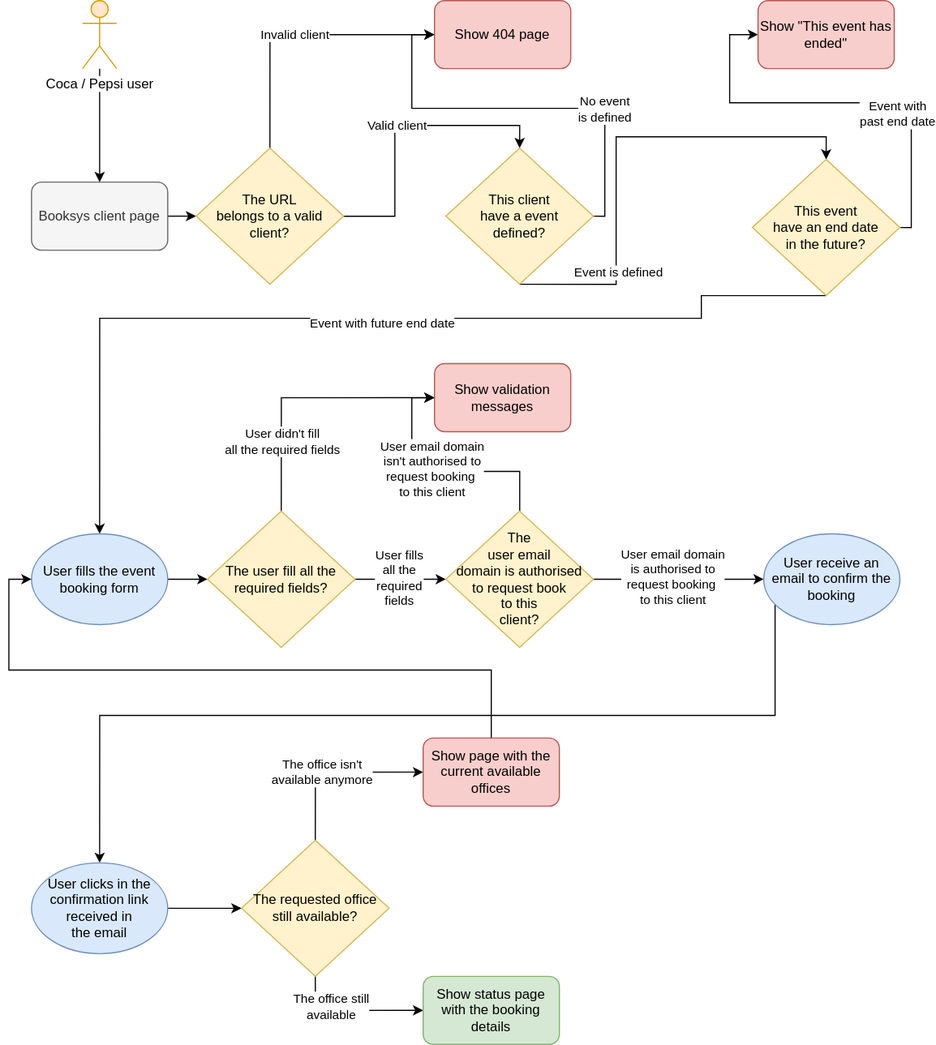
Before: docs/BRDiagram.drawio.svg, a diagram exported from draw.io (rxluz/booksys). Source tidied: cells renumbered, new cells last; positions are measured from the earlier drawing's top-left corner, leaving out a move shared by most shapes. Its diagram source:
```xml
<mxGraphModel>
  <root>
    <mxCell id="0" />
    <mxCell id="1" parent="0" />
    <mxCell id="2" style="edgeStyle=orthogonalEdgeStyle;rounded=0;jettySize=auto;html=1;entryX=0.5;entryY=0;entryDx=0;entryDy=0;" parent="1" edge="1" source="3" target="5">
      <mxGeometry relative="1" as="geometry" />
    </mxCell>
    <mxCell id="3" value="&lt;span style=&quot;background-color: rgb(255 , 255 , 255)&quot;&gt;Coca / Pepsi user&lt;/span&gt;" style="shape=umlActor;verticalLabelPosition=bottom;verticalAlign=top;html=1;outlineConnect=0;fillColor=#ffe6cc;strokeColor=#d79b00;" parent="1" vertex="1">
      <mxGeometry x="65" width="30" height="60" as="geometry" />
    </mxCell>
    <mxCell id="4" style="edgeStyle=orthogonalEdgeStyle;rounded=0;jettySize=auto;html=1;exitX=1;exitY=0.5;exitDx=0;exitDy=0;entryX=0;entryY=0.5;entryDx=0;entryDy=0;" parent="1" edge="1" source="5" target="8">
      <mxGeometry relative="1" as="geometry" />
    </mxCell>
    <mxCell id="5" value="Booksys client page" style="rounded=1;whiteSpace=wrap;html=1;fillColor=#f5f5f5;strokeColor=#666666;fontColor=#333333;" parent="1" vertex="1">
      <mxGeometry x="20" y="160" width="120" height="60" as="geometry" />
    </mxCell>
    <mxCell id="6" value="Invalid client" style="edgeStyle=orthogonalEdgeStyle;rounded=0;jettySize=auto;html=1;exitX=0.5;exitY=0;exitDx=0;exitDy=0;entryX=0;entryY=0.5;entryDx=0;entryDy=0;" parent="1" edge="1" source="8" target="9">
      <mxGeometry relative="1" as="geometry" />
    </mxCell>
    <mxCell id="7" value="Valid client" style="edgeStyle=orthogonalEdgeStyle;rounded=0;jettySize=auto;html=1;entryX=0.5;entryY=0;entryDx=0;entryDy=0;" parent="1" edge="1" source="8" target="14">
      <mxGeometry relative="1" as="geometry" />
    </mxCell>
    <mxCell id="8" value="The URL &lt;br&gt;belongs to a valid client?" style="rhombus;whiteSpace=wrap;html=1;labelBackgroundColor=none;fillColor=#fff2cc;strokeColor=#d6b656;" parent="1" vertex="1">
      <mxGeometry x="165" y="130" width="130" height="120" as="geometry" />
    </mxCell>
    <mxCell id="9" value="Show 404 page" style="rounded=1;whiteSpace=wrap;html=1;fillColor=#f8cecc;strokeColor=#b85450;" parent="1" vertex="1">
      <mxGeometry x="375" width="120" height="60" as="geometry" />
    </mxCell>
    <mxCell id="10" style="edgeStyle=orthogonalEdgeStyle;rounded=0;jettySize=auto;html=1;exitX=1;exitY=0.5;exitDx=0;exitDy=0;entryX=0;entryY=0.5;entryDx=0;entryDy=0;" parent="1" edge="1" source="14" target="9">
      <mxGeometry relative="1" as="geometry">
        <Array as="points">
          <mxPoint x="525" y="190" />
          <mxPoint x="525" y="95" />
          <mxPoint x="355" y="95" />
          <mxPoint x="355" y="30" />
        </Array>
      </mxGeometry>
    </mxCell>
    <mxCell id="11" value="No event &lt;br&gt;is defined" style="edgeLabel;html=1;align=center;verticalAlign=middle;" parent="10" vertex="1">
      <mxGeometry x="-0.62" y="1" relative="1" as="geometry">
        <mxPoint y="-35" as="offset" />
      </mxGeometry>
    </mxCell>
    <mxCell id="12" style="edgeStyle=orthogonalEdgeStyle;rounded=0;jettySize=auto;html=1;exitX=0.5;exitY=1;exitDx=0;exitDy=0;entryX=0.5;entryY=0;entryDx=0;entryDy=0;" parent="1" edge="1" source="14" target="19">
      <mxGeometry relative="1" as="geometry">
        <Array as="points">
          <mxPoint x="535" y="250" />
          <mxPoint x="535" y="120" />
          <mxPoint x="720" y="120" />
        </Array>
      </mxGeometry>
    </mxCell>
    <mxCell id="13" value="Event is defined" style="edgeLabel;html=1;align=center;verticalAlign=middle;" parent="12" vertex="1">
      <mxGeometry x="-0.55" y="-1" relative="1" as="geometry" />
    </mxCell>
    <mxCell id="14" value="This client &lt;br&gt;have a event &lt;br&gt;defined?" style="rhombus;whiteSpace=wrap;html=1;labelBackgroundColor=none;fillColor=#fff2cc;strokeColor=#d6b656;" parent="1" vertex="1">
      <mxGeometry x="385" y="130" width="130" height="120" as="geometry" />
    </mxCell>
    <mxCell id="15" style="edgeStyle=orthogonalEdgeStyle;rounded=0;jettySize=auto;html=1;exitX=1;exitY=0.5;exitDx=0;exitDy=0;entryX=0;entryY=0.5;entryDx=0;entryDy=0;" parent="1" edge="1" source="19" target="20">
      <mxGeometry relative="1" as="geometry">
        <Array as="points">
          <mxPoint x="795" y="200" />
          <mxPoint x="795" y="90" />
          <mxPoint x="635" y="90" />
          <mxPoint x="635" y="30" />
        </Array>
      </mxGeometry>
    </mxCell>
    <mxCell id="16" value="Event with &lt;br&gt;past end date" style="edgeLabel;html=1;align=center;verticalAlign=middle;" parent="15" vertex="1">
      <mxGeometry x="-0.77" y="2" relative="1" as="geometry">
        <mxPoint x="-11" y="-68" as="offset" />
      </mxGeometry>
    </mxCell>
    <mxCell id="17" style="edgeStyle=orthogonalEdgeStyle;rounded=0;jettySize=auto;html=1;exitX=0.5;exitY=1;exitDx=0;exitDy=0;entryX=0.5;entryY=0;entryDx=0;entryDy=0;" parent="1" edge="1" source="19" target="22">
      <mxGeometry relative="1" as="geometry">
        <Array as="points">
          <mxPoint x="610" y="280" />
          <mxPoint x="80" y="280" />
        </Array>
      </mxGeometry>
    </mxCell>
    <mxCell id="18" value="Event with future end date" style="edgeLabel;html=1;align=center;verticalAlign=middle;" parent="17" vertex="1">
      <mxGeometry x="-0.03" y="4" relative="1" as="geometry" />
    </mxCell>
    <mxCell id="19" value="This event &lt;br&gt;have an end date &lt;br&gt;in the future?" style="rhombus;whiteSpace=wrap;html=1;labelBackgroundColor=none;fillColor=#fff2cc;strokeColor=#d6b656;" parent="1" vertex="1">
      <mxGeometry x="655" y="140" width="130" height="120" as="geometry" />
    </mxCell>
    <mxCell id="20" value="Show &quot;This event has ended&quot;" style="rounded=1;whiteSpace=wrap;html=1;fillColor=#f8cecc;strokeColor=#b85450;" parent="1" vertex="1">
      <mxGeometry x="660" width="120" height="60" as="geometry" />
    </mxCell>
    <mxCell id="21" style="edgeStyle=orthogonalEdgeStyle;rounded=0;jettySize=auto;html=1;entryX=0;entryY=0.5;entryDx=0;entryDy=0;" parent="1" edge="1" source="22" target="27">
      <mxGeometry relative="1" as="geometry" />
    </mxCell>
    <mxCell id="22" value="User fills the event booking form" style="ellipse;whiteSpace=wrap;html=1;labelBackgroundColor=none;fillColor=#dae8fc;strokeColor=#6c8ebf;" parent="1" vertex="1">
      <mxGeometry x="20" y="470" width="120" height="80" as="geometry" />
    </mxCell>
    <mxCell id="23" style="edgeStyle=orthogonalEdgeStyle;rounded=0;jettySize=auto;html=1;exitX=0.5;exitY=0;exitDx=0;exitDy=0;entryX=0;entryY=0.5;entryDx=0;entryDy=0;" parent="1" edge="1" source="27" target="28">
      <mxGeometry relative="1" as="geometry" />
    </mxCell>
    <mxCell id="24" value="User didn't fill &lt;br&gt;all the required fields" style="edgeLabel;html=1;align=center;verticalAlign=middle;" parent="23" vertex="1">
      <mxGeometry x="-0.48" relative="1" as="geometry" />
    </mxCell>
    <mxCell id="25" style="edgeStyle=orthogonalEdgeStyle;rounded=0;jettySize=auto;html=1;entryX=0;entryY=0.5;entryDx=0;entryDy=0;" parent="1" edge="1" source="27" target="33">
      <mxGeometry relative="1" as="geometry" />
    </mxCell>
    <mxCell id="26" value="User fills&lt;br&gt;all the&lt;br&gt;required&lt;br&gt;fields" style="edgeLabel;html=1;align=center;verticalAlign=middle;" parent="25" vertex="1">
      <mxGeometry x="-0.03" y="2" relative="1" as="geometry" />
    </mxCell>
    <mxCell id="27" value="The user fill all the required fields?" style="rhombus;whiteSpace=wrap;html=1;labelBackgroundColor=none;fillColor=#fff2cc;strokeColor=#d6b656;" parent="1" vertex="1">
      <mxGeometry x="175" y="450" width="130" height="120" as="geometry" />
    </mxCell>
    <mxCell id="28" value="Show validation messages" style="rounded=1;whiteSpace=wrap;html=1;fillColor=#f8cecc;strokeColor=#b85450;" parent="1" vertex="1">
      <mxGeometry x="375" y="320" width="120" height="60" as="geometry" />
    </mxCell>
    <mxCell id="29" style="edgeStyle=orthogonalEdgeStyle;rounded=0;jettySize=auto;html=1;entryX=0;entryY=0.5;entryDx=0;entryDy=0;" parent="1" edge="1" source="33" target="28">
      <mxGeometry relative="1" as="geometry" />
    </mxCell>
    <mxCell id="30" value="User email domain&lt;br&gt;isn't authorised to&lt;br&gt;request booking&amp;nbsp;&lt;br&gt;to this client" style="edgeLabel;html=1;align=center;verticalAlign=middle;" parent="29" vertex="1">
      <mxGeometry x="0.05" y="-3" relative="1" as="geometry" />
    </mxCell>
    <mxCell id="31" style="edgeStyle=orthogonalEdgeStyle;rounded=0;jettySize=auto;html=1;exitX=1;exitY=0.5;exitDx=0;exitDy=0;entryX=0;entryY=0.5;entryDx=0;entryDy=0;" parent="1" edge="1" source="33" target="35">
      <mxGeometry relative="1" as="geometry" />
    </mxCell>
    <mxCell id="32" value="User email domain&lt;br&gt;is authorised to&lt;br&gt;request booking&amp;nbsp;&lt;br&gt;to this client" style="edgeLabel;html=1;align=center;verticalAlign=middle;" parent="31" vertex="1">
      <mxGeometry x="-0.15" y="3" relative="1" as="geometry">
        <mxPoint x="6" as="offset" />
      </mxGeometry>
    </mxCell>
    <mxCell id="33" value="The &lt;br&gt;user email &lt;br&gt;domain is authorised &lt;br&gt;to request book &lt;br&gt;to this &lt;br&gt;client?" style="rhombus;whiteSpace=wrap;html=1;labelBackgroundColor=none;fillColor=#fff2cc;strokeColor=#d6b656;" parent="1" vertex="1">
      <mxGeometry x="385" y="450" width="130" height="120" as="geometry" />
    </mxCell>
    <mxCell id="34" style="edgeStyle=orthogonalEdgeStyle;rounded=0;jettySize=auto;html=1;" parent="1" edge="1" source="35" target="37">
      <mxGeometry relative="1" as="geometry">
        <Array as="points">
          <mxPoint x="675" y="630" />
          <mxPoint x="80" y="630" />
        </Array>
      </mxGeometry>
    </mxCell>
    <mxCell id="35" value="User receive an &lt;br&gt;email to confirm the booking" style="ellipse;whiteSpace=wrap;html=1;labelBackgroundColor=none;fillColor=#dae8fc;strokeColor=#6c8ebf;" parent="1" vertex="1">
      <mxGeometry x="665" y="470" width="120" height="80" as="geometry" />
    </mxCell>
    <mxCell id="36" style="edgeStyle=orthogonalEdgeStyle;rounded=0;jettySize=auto;html=1;exitX=1;exitY=0.5;exitDx=0;exitDy=0;entryX=0;entryY=0.5;entryDx=0;entryDy=0;" parent="1" edge="1" source="37" target="42">
      <mxGeometry relative="1" as="geometry" />
    </mxCell>
    <mxCell id="37" value="User clicks in the confirmation link received in &lt;br&gt;the email" style="ellipse;whiteSpace=wrap;html=1;labelBackgroundColor=none;fillColor=#dae8fc;strokeColor=#6c8ebf;" parent="1" vertex="1">
      <mxGeometry x="20" y="760" width="120" height="80" as="geometry" />
    </mxCell>
    <mxCell id="38" style="edgeStyle=orthogonalEdgeStyle;rounded=0;jettySize=auto;html=1;exitX=0.5;exitY=0;exitDx=0;exitDy=0;entryX=0;entryY=0.5;entryDx=0;entryDy=0;" parent="1" edge="1" source="42" target="44">
      <mxGeometry relative="1" as="geometry" />
    </mxCell>
    <mxCell id="39" value="The office isn't&lt;br&gt;available anymore" style="edgeLabel;html=1;align=center;verticalAlign=middle;" parent="38" vertex="1">
      <mxGeometry x="-0.16" y="1" relative="1" as="geometry">
        <mxPoint x="1" as="offset" />
      </mxGeometry>
    </mxCell>
    <mxCell id="40" style="edgeStyle=orthogonalEdgeStyle;rounded=0;jettySize=auto;html=1;exitX=0.5;exitY=1;exitDx=0;exitDy=0;entryX=0;entryY=0.5;entryDx=0;entryDy=0;" parent="1" edge="1" source="42" target="45">
      <mxGeometry relative="1" as="geometry" />
    </mxCell>
    <mxCell id="41" value="The office still&lt;br&gt;available" style="edgeLabel;html=1;align=center;verticalAlign=middle;" parent="40" vertex="1">
      <mxGeometry x="-0.3" y="4" relative="1" as="geometry" />
    </mxCell>
    <mxCell id="42" value="The requested office still available?" style="rhombus;whiteSpace=wrap;html=1;labelBackgroundColor=none;fillColor=#fff2cc;strokeColor=#d6b656;" parent="1" vertex="1">
      <mxGeometry x="205" y="740" width="130" height="120" as="geometry" />
    </mxCell>
    <mxCell id="43" style="edgeStyle=orthogonalEdgeStyle;rounded=0;jettySize=auto;html=1;entryX=0;entryY=0.5;entryDx=0;entryDy=0;" parent="1" edge="1" source="44" target="22">
      <mxGeometry relative="1" as="geometry">
        <Array as="points">
          <mxPoint x="425" y="590" />
          <mxPoint y="590" />
          <mxPoint y="510" />
        </Array>
      </mxGeometry>
    </mxCell>
    <mxCell id="44" value="Show page with the current available offices" style="rounded=1;whiteSpace=wrap;html=1;fillColor=#f8cecc;strokeColor=#b85450;" parent="1" vertex="1">
      <mxGeometry x="365" y="650" width="120" height="60" as="geometry" />
    </mxCell>
    <mxCell id="45" value="Show status page with the booking details" style="rounded=1;whiteSpace=wrap;html=1;fillColor=#d5e8d4;strokeColor=#82b366;" parent="1" vertex="1">
      <mxGeometry x="365" y="860" width="120" height="60" as="geometry" />
    </mxCell>
  </root>
</mxGraphModel>
```
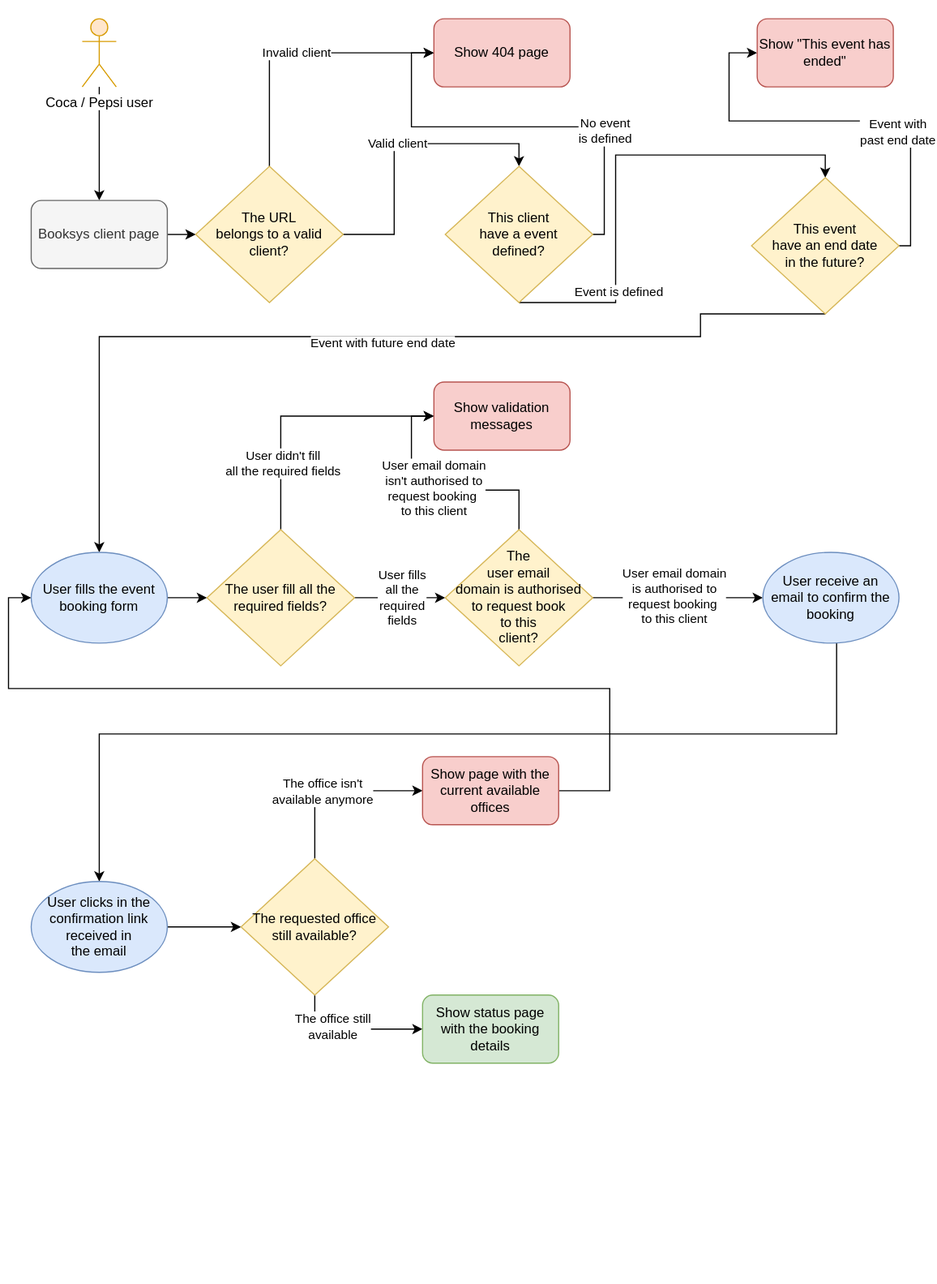
Later version of the same file.

Diff of the diagram source:
```diff
@@ -1,7 +1,10 @@
-<mxGraphModel>
+<mxGraphModel background="#FFFFFF">
   <root>
     <mxCell id="0" />
     <mxCell id="1" parent="0" />
+    <mxCell id="46" style="rounded=0;whiteSpace=wrap;html=1;labelBackgroundColor=none;strokeColor=none;" parent="1" vertex="1">
+      <mxGeometry x="-2" y="-16" width="818" height="1130" as="geometry" />
+    </mxCell>
     <mxCell id="2" style="edgeStyle=orthogonalEdgeStyle;rounded=0;jettySize=auto;html=1;entryX=0.5;entryY=0;entryDx=0;entryDy=0;" parent="1" edge="1" source="3" target="5">
       <mxGeometry relative="1" as="geometry" />
     </mxCell>
@@ -132,7 +135,7 @@
     <mxCell id="34" style="edgeStyle=orthogonalEdgeStyle;rounded=0;jettySize=auto;html=1;" parent="1" edge="1" source="35" target="37">
       <mxGeometry relative="1" as="geometry">
         <Array as="points">
-          <mxPoint x="675" y="630" />
+          <mxPoint x="730" y="630" />
           <mxPoint x="80" y="630" />
         </Array>
       </mxGeometry>
@@ -163,10 +166,11 @@
     <mxCell id="42" value="The requested office still available?" style="rhombus;whiteSpace=wrap;html=1;labelBackgroundColor=none;fillColor=#fff2cc;strokeColor=#d6b656;" parent="1" vertex="1">
       <mxGeometry x="205" y="740" width="130" height="120" as="geometry" />
     </mxCell>
-    <mxCell id="43" style="edgeStyle=orthogonalEdgeStyle;rounded=0;jettySize=auto;html=1;entryX=0;entryY=0.5;entryDx=0;entryDy=0;" parent="1" edge="1" source="44" target="22">
+    <mxCell id="43" style="edgeStyle=orthogonalEdgeStyle;rounded=0;jettySize=auto;html=1;entryX=0;entryY=0.5;entryDx=0;entryDy=0;exitX=1;exitY=0.5;exitDx=0;exitDy=0;" parent="1" edge="1" source="44" target="22">
       <mxGeometry relative="1" as="geometry">
         <Array as="points">
-          <mxPoint x="425" y="590" />
+          <mxPoint x="530" y="680" />
+          <mxPoint x="530" y="590" />
           <mxPoint y="590" />
           <mxPoint y="510" />
         </Array>
```
